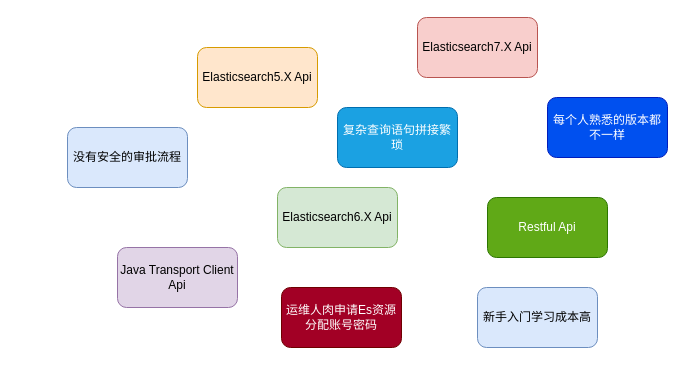
Earlier version of the draw.io diagram src/公司搜索面临的问题.drawio (YANGJINJUE/SSM_Template). Source tidied: cells renumbered, new cells numbered last; positions are measured from the earlier drawing's top-left corner, leaving out a move shared by most shapes. Both pictures are drawn from the tidied source at 100%, with x=0, y=0 at pixel (67, 17).
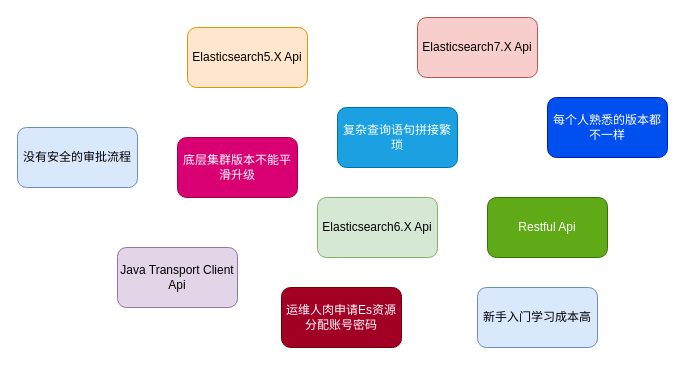
Above is the later version.

Commit message:
Update 公司搜索面临的问题.drawio

Diff of the diagram source:
```diff
@@
 <mxGraphModel>
   <root>
     <mxCell id="0" />
     <mxCell id="1" parent="0" />
     <mxCell id="2" value="Elasticsearch6.X Api" style="rounded=1;whiteSpace=wrap;html=1;fillColor=#d5e8d4;strokeColor=#82b366;" parent="1" vertex="1">
-      <mxGeometry x="210" y="170" width="120" height="60" as="geometry" />
+      <mxGeometry x="250" y="180" width="120" height="60" as="geometry" />
     </mxCell>
     <mxCell id="3" value="Elasticsearch5.X Api" style="rounded=1;whiteSpace=wrap;html=1;fillColor=#ffe6cc;strokeColor=#d79b00;" parent="1" vertex="1">
-      <mxGeometry x="130" y="30" width="120" height="60" as="geometry" />
+      <mxGeometry x="120" y="10" width="120" height="60" as="geometry" />
     </mxCell>
     <mxCell id="4" value="Elasticsearch7.X Api" style="rounded=1;whiteSpace=wrap;html=1;fillColor=#f8cecc;strokeColor=#b85450;" parent="1" vertex="1">
       <mxGeometry x="350" width="120" height="60" as="geometry" />
     </mxCell>
     <mxCell id="5" value="Restful Api" style="rounded=1;whiteSpace=wrap;html=1;fillColor=#60a917;strokeColor=#2D7600;fontColor=#ffffff;" parent="1" vertex="1">
       <mxGeometry x="420" y="180" width="120" height="60" as="geometry" />
     </mxCell>
     <mxCell id="6" value="Java Transport Client Api" style="rounded=1;whiteSpace=wrap;html=1;fillColor=#e1d5e7;strokeColor=#9673a6;" parent="1" vertex="1">
       <mxGeometry x="50" y="230" width="120" height="60" as="geometry" />
     </mxCell>
     <mxCell id="7" value="运维人肉申请Es资源分配账号密码" style="rounded=1;whiteSpace=wrap;html=1;fillColor=#a20025;strokeColor=#6F0000;fontColor=#ffffff;" parent="1" vertex="1">
       <mxGeometry x="214" y="270" width="120" height="60" as="geometry" />
     </mxCell>
     <mxCell id="8" value="没有安全的审批流程" style="rounded=1;whiteSpace=wrap;html=1;fillColor=#dae8fc;strokeColor=#6c8ebf;" parent="1" vertex="1">
-      <mxGeometry y="110" width="120" height="60" as="geometry" />
+      <mxGeometry x="-50" y="110" width="120" height="60" as="geometry" />
     </mxCell>
     <mxCell id="9" value="新手入门学习成本高" style="rounded=1;whiteSpace=wrap;html=1;fillColor=#dae8fc;strokeColor=#6c8ebf;" parent="1" vertex="1">
       <mxGeometry x="410" y="270" width="120" height="60" as="geometry" />
     </mxCell>
     <mxCell id="10" value="每个人熟悉的版本都不一样" style="rounded=1;whiteSpace=wrap;html=1;fillColor=#0050ef;strokeColor=#001DBC;fontColor=#ffffff;" parent="1" vertex="1">
       <mxGeometry x="480" y="80" width="120" height="60" as="geometry" />
     </mxCell>
     <mxCell id="11" value="复杂查询语句拼接繁琐" style="rounded=1;whiteSpace=wrap;html=1;fillColor=#1ba1e2;strokeColor=#006EAF;fontColor=#ffffff;" parent="1" vertex="1">
       <mxGeometry x="270" y="90" width="120" height="60" as="geometry" />
     </mxCell>
+    <mxCell id="12" value="底层集群版本不能平滑升级" style="rounded=1;whiteSpace=wrap;html=1;fillColor=#d80073;strokeColor=#A50040;fontColor=#ffffff;" parent="1" vertex="1">
+      <mxGeometry x="110" y="120" width="120" height="60" as="geometry" />
+    </mxCell>
   </root>
 </mxGraphModel>
```
